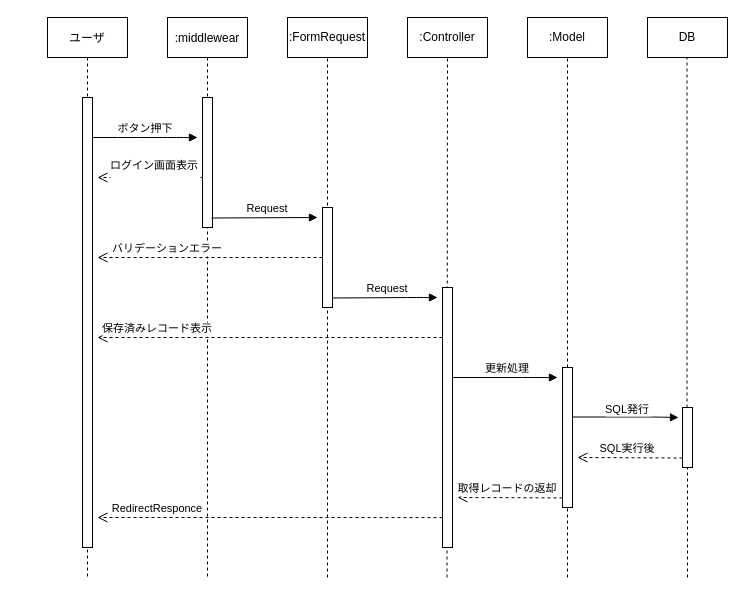
OmaeHiroki/gizlog-Sequence keeps this draw.io diagram as Untitled Diagram.drawio. Above is the earlier version. Source tidied: cells renumbered, new cells numbered last; positions are measured from the earlier drawing's top-left corner, leaving out a move shared by most shapes. Both pictures are drawn from the tidied source at 100%, with x=0, y=0 at pixel (47, 17).
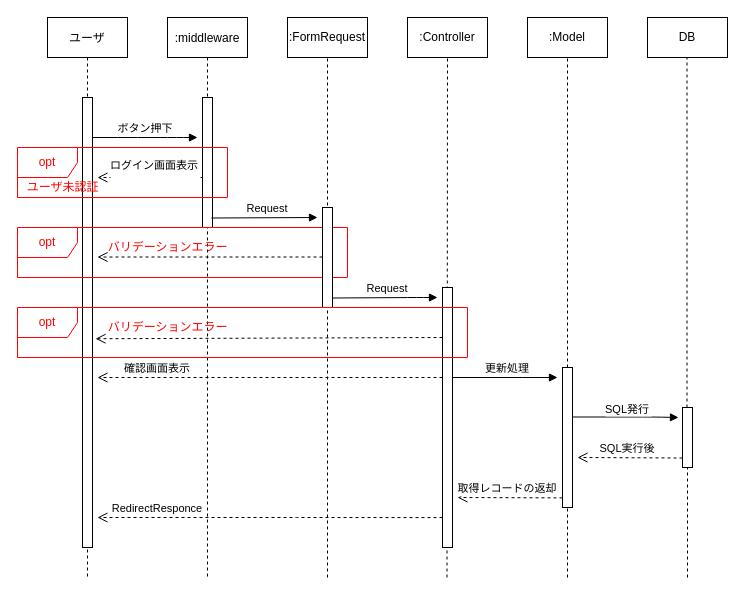
The same diagram, later.

The edit, as a diff of the source:
```diff
@@
-    <mxCell id="4" value=":middlewear" style="shape=umlLifeline;perimeter=lifelinePerimeter;rounded=0;shadow=0;strokeWidth=1;" parent="1" vertex="1">
+    <mxCell id="4" value=":middleware" style="shape=umlLifeline;perimeter=lifelinePerimeter;rounded=0;shadow=0;strokeWidth=1;" parent="1" vertex="1">
       <mxGeometry x="120" width="80" height="560" as="geometry" />
     </mxCell>
@@
-    <mxCell id="6" value="保存済みレコード表示" style="verticalAlign=bottom;endArrow=open;dashed=1;endSize=8;exitX=0;exitY=0.95;shadow=0;strokeWidth=1;" parent="4" edge="1">
-      <mxGeometry x="0.65" relative="1" as="geometry">
-        <mxPoint x="275" y="320" as="sourcePoint" />
-        <mxPoint x="-70" y="320" as="targetPoint" />
-      </mxGeometry>
-    </mxCell>
+    <mxCell id="31" value="&lt;font color=&quot;#ff0000&quot;&gt;opt&lt;/font&gt;" style="shape=umlFrame;whiteSpace=wrap;html=1;fillColor=#FFFFFF;strokeColor=#FF0000;" parent="4" vertex="1">
+      <mxGeometry x="-150" y="210" width="330" height="50" as="geometry" />
+    </mxCell>
+    <mxCell id="32" value="&lt;font color=&quot;#ff0000&quot;&gt;opt&lt;/font&gt;" style="shape=umlFrame;whiteSpace=wrap;html=1;strokeColor=#FF0000;shadow=0;" parent="4" vertex="1">
+      <mxGeometry x="-150" y="130" width="210" height="50" as="geometry" />
+    </mxCell>
+    <mxCell id="33" value="バリデーションエラー" style="text;html=1;align=center;verticalAlign=middle;fillColor=none;strokeColor=none;rounded=0;shadow=0;fontFamily=Helvetica;fontSize=12;fontColor=#FF0000;" parent="4" vertex="1">
+      <mxGeometry x="-70" y="220" width="140" height="20" as="geometry" />
+    </mxCell>
@@
-    <mxCell id="17" value="バリデーションエラー" style="verticalAlign=bottom;endArrow=open;dashed=1;endSize=8;exitX=0;exitY=0.95;shadow=0;strokeWidth=1;" parent="1" edge="1">
+    <mxCell id="17" style="verticalAlign=bottom;endArrow=open;dashed=1;endSize=8;exitX=0;exitY=0.95;shadow=0;strokeWidth=1;" parent="1" edge="1">
       <mxGeometry x="0.38" relative="1" as="geometry">
-        <mxPoint x="275" y="240" as="sourcePoint" />
-        <mxPoint x="50" y="240" as="targetPoint" />
+        <mxPoint x="275" y="239.5" as="sourcePoint" />
+        <mxPoint x="50" y="239.5" as="targetPoint" />
       </mxGeometry>
     </mxCell>
@@
+    <mxCell id="34" value="&lt;font color=&quot;#ff0000&quot;&gt;ユーザ未認証&lt;/font&gt;" style="text;html=1;align=center;verticalAlign=middle;fillColor=none;strokeColor=none;rounded=0;shadow=0;" parent="1" vertex="1">
+      <mxGeometry x="-30" y="160" width="90" height="20" as="geometry" />
+    </mxCell>
+    <mxCell id="6" value="確認画面表示" style="verticalAlign=bottom;endArrow=open;dashed=1;endSize=8;exitX=0;exitY=0.95;shadow=0;strokeWidth=1;" parent="1" edge="1">
+      <mxGeometry x="0.65" relative="1" as="geometry">
+        <mxPoint x="395" y="360" as="sourcePoint" />
+        <mxPoint x="50" y="360" as="targetPoint" />
+      </mxGeometry>
+    </mxCell>
+    <mxCell id="35" value="&lt;font color=&quot;#ff0000&quot;&gt;opt&lt;/font&gt;" style="shape=umlFrame;whiteSpace=wrap;html=1;fillColor=#FFFFFF;strokeColor=#FF0000;" parent="1" vertex="1">
+      <mxGeometry x="-30" y="290" width="450" height="50" as="geometry" />
+    </mxCell>
+    <mxCell id="36" style="verticalAlign=bottom;endArrow=open;dashed=1;endSize=8;shadow=0;strokeWidth=1;entryX=-0.014;entryY=1.062;entryDx=0;entryDy=0;entryPerimeter=0;" parent="1" edge="1" target="37">
+      <mxGeometry x="0.38" relative="1" as="geometry">
+        <mxPoint x="395" y="320" as="sourcePoint" />
+      </mxGeometry>
+    </mxCell>
+    <mxCell id="37" value="バリデーションエラー" style="text;html=1;align=center;verticalAlign=middle;points=[];fillColor=none;strokeColor=none;rounded=0;shadow=0;fontFamily=Helvetica;fontSize=12;fontColor=#FF0000;" parent="1" vertex="1">
+      <mxGeometry x="50" y="300" width="140" height="20" as="geometry" />
+    </mxCell>
```
